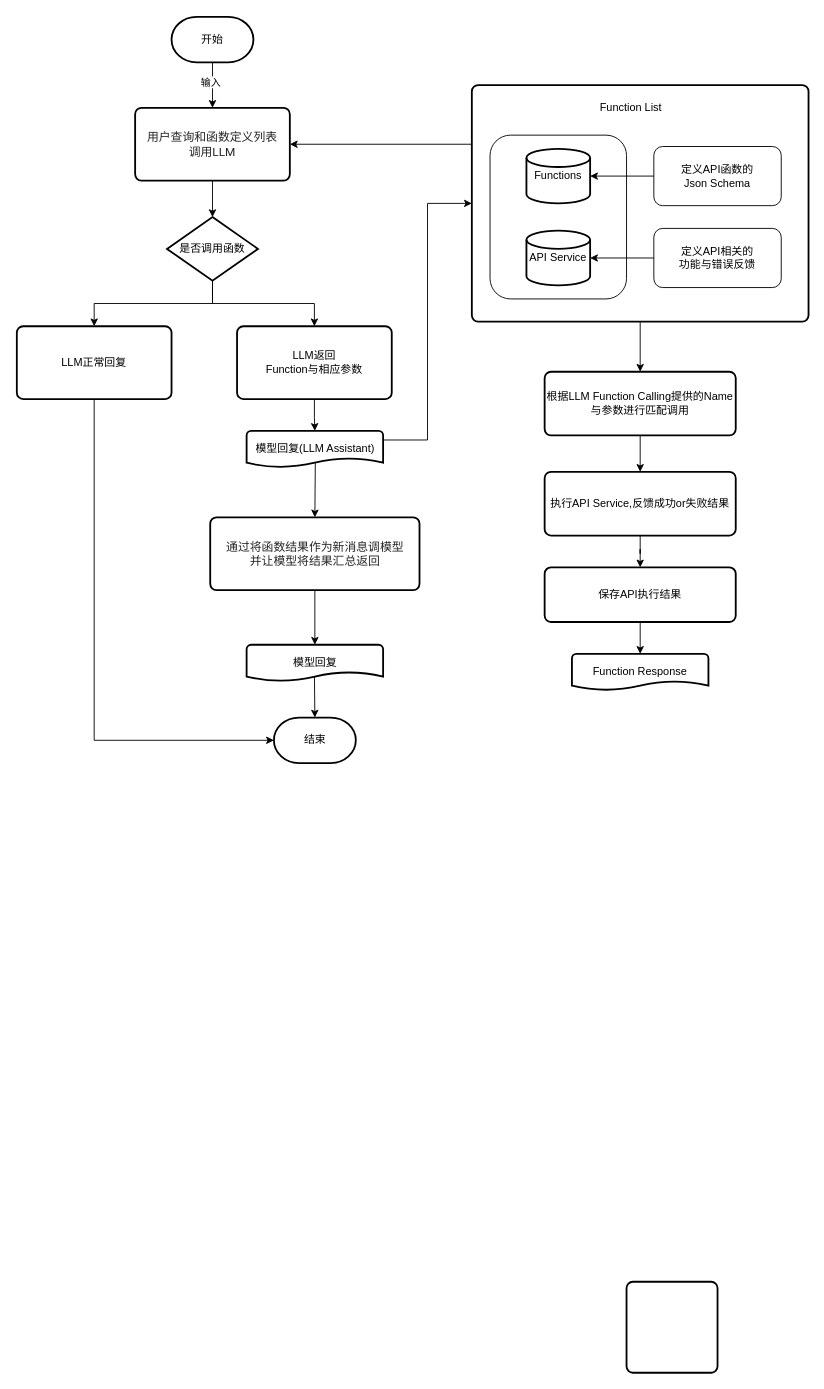
This is eureka-server/未命名绘图.drawio from kejoe-zhang/configRepo, a draw.io file, before an edit. Source tidied: cells renumbered, new cells numbered last; positions are measured from the earlier drawing's top-left corner, leaving out a move shared by most shapes. Both pictures are drawn from the tidied source at 91%, with x=0, y=0 at pixel (16, 16).
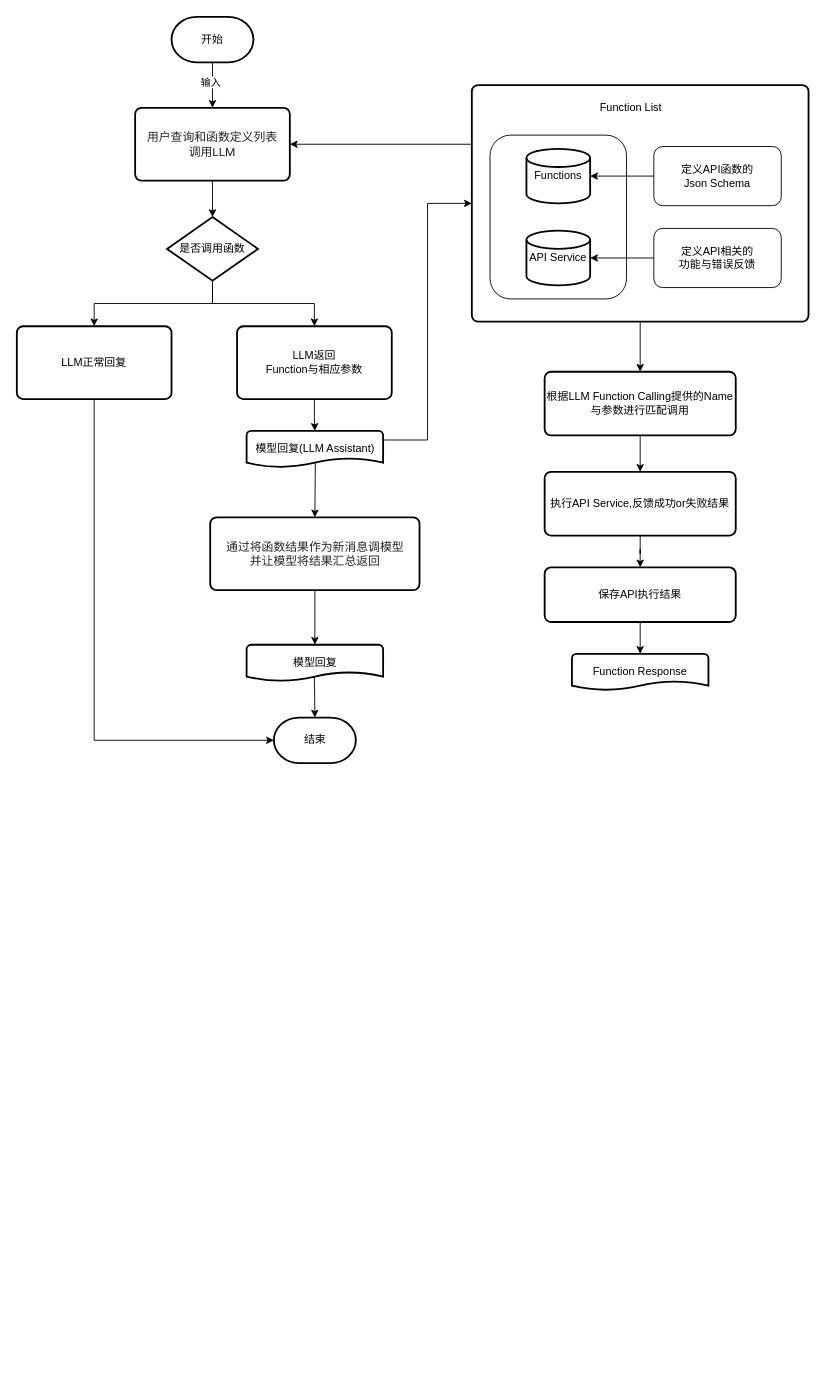
The same page after the edit.

Commit message (it also covers changes not shown here):
更新未命名绘图.drawio

Change to the diagram source:
```diff
@@
-    <mxCell id="24" style="rounded=1;whiteSpace=wrap;html=1;absoluteArcSize=1;arcSize=14;strokeWidth=2;" parent="1" vertex="1">
-      <mxGeometry x="670" y="1390" width="100" height="100" as="geometry" />
-    </mxCell>
```
